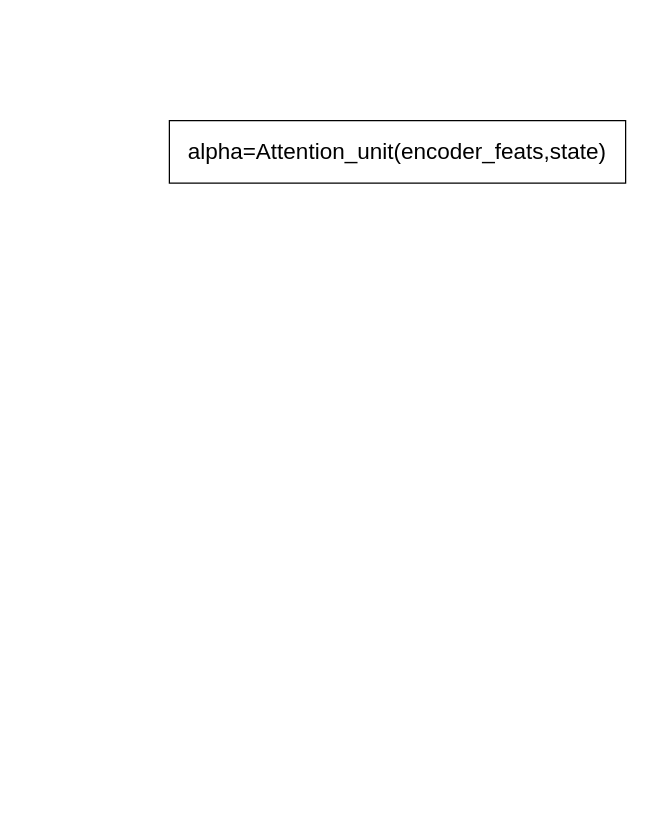
Dong-J93/_pictures keeps this draw.io diagram as thesis_att_net3.drawio. Above is the earlier version. Source tidied: cells renumbered, new cells numbered last; positions are measured from the earlier drawing's top-left corner, leaving out a move shared by most shapes. Both pictures are drawn from the tidied source at 125%, with x=0, y=0 at pixel (169, 120).
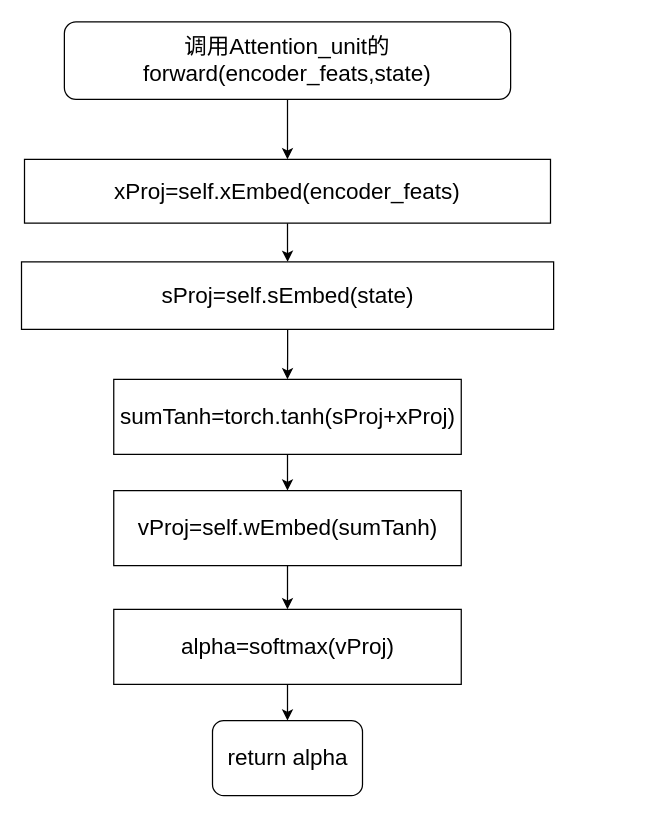
The same diagram, later.

The edit, as a diff of the source:
```diff
@@
 <mxGraphModel>
   <root>
     <mxCell id="0" />
     <mxCell id="1" parent="0" />
-    <mxCell id="2" value="&lt;font style=&quot;font-size: 18px;&quot;&gt;alpha=Attention_unit(encoder_feats,state)&lt;/font&gt;" style="rounded=0;whiteSpace=wrap;html=1;" parent="1" vertex="1">
-      <mxGeometry width="365" height="50" as="geometry" />
-    </mxCell>
+    <mxCell id="3" style="edgeStyle=orthogonalEdgeStyle;rounded=0;jettySize=auto;html=1;" parent="1" edge="1" source="4" target="6">
+      <mxGeometry relative="1" as="geometry" />
+    </mxCell>
+    <mxCell id="4" value="&lt;font style=&quot;font-size: 18px;&quot;&gt;调用Attention_unit的forward(encoder_feats,state)&lt;/font&gt;" style="rounded=1;whiteSpace=wrap;html=1;" parent="1" vertex="1">
+      <mxGeometry x="-84" y="-79" width="357" height="62" as="geometry" />
+    </mxCell>
+    <mxCell id="5" style="edgeStyle=orthogonalEdgeStyle;rounded=0;jettySize=auto;html=1;" parent="1" edge="1" source="6" target="8">
+      <mxGeometry relative="1" as="geometry" />
+    </mxCell>
+    <mxCell id="6" value="&lt;font style=&quot;font-size: 18px;&quot;&gt;xProj=self.xEmbed(encoder_feats)&lt;/font&gt;" style="rounded=0;whiteSpace=wrap;html=1;" parent="1" vertex="1">
+      <mxGeometry x="-115.9" y="31" width="420.8" height="51" as="geometry" />
+    </mxCell>
+    <mxCell id="7" style="edgeStyle=orthogonalEdgeStyle;rounded=0;jettySize=auto;html=1;" parent="1" edge="1" source="8" target="10">
+      <mxGeometry relative="1" as="geometry" />
+    </mxCell>
+    <mxCell id="8" value="&lt;font style=&quot;font-size: 18px;&quot;&gt;sProj=self.sEmbed(state)&lt;/font&gt;" style="rounded=0;whiteSpace=wrap;html=1;" parent="1" vertex="1">
+      <mxGeometry x="-118.3" y="113" width="425.7" height="54" as="geometry" />
+    </mxCell>
+    <mxCell id="9" style="edgeStyle=orthogonalEdgeStyle;rounded=0;jettySize=auto;html=1;" parent="1" edge="1" source="10" target="12">
+      <mxGeometry relative="1" as="geometry" />
+    </mxCell>
+    <mxCell id="10" value="&lt;font style=&quot;font-size: 18px;&quot;&gt;sumTanh=torch.tanh(sProj+xProj)&lt;/font&gt;" style="whiteSpace=wrap;html=1;rounded=0;" parent="1" vertex="1">
+      <mxGeometry x="-44.5" y="207" width="278" height="60" as="geometry" />
+    </mxCell>
+    <mxCell id="11" style="edgeStyle=orthogonalEdgeStyle;rounded=0;jettySize=auto;html=1;" parent="1" edge="1" source="12" target="14">
+      <mxGeometry relative="1" as="geometry" />
+    </mxCell>
+    <mxCell id="12" value="&lt;font style=&quot;font-size: 18px;&quot;&gt;vProj=self.wEmbed(sumTanh)&lt;/font&gt;" style="whiteSpace=wrap;html=1;rounded=0;" parent="1" vertex="1">
+      <mxGeometry x="-44.5" y="296" width="278" height="60" as="geometry" />
+    </mxCell>
+    <mxCell id="13" style="edgeStyle=orthogonalEdgeStyle;rounded=0;jettySize=auto;html=1;" parent="1" edge="1" source="14" target="15">
+      <mxGeometry relative="1" as="geometry" />
+    </mxCell>
+    <mxCell id="14" value="&lt;font style=&quot;font-size: 18px;&quot;&gt;alpha=softmax(vProj)&lt;/font&gt;" style="whiteSpace=wrap;html=1;rounded=0;" parent="1" vertex="1">
+      <mxGeometry x="-44.5" y="391" width="278" height="60" as="geometry" />
+    </mxCell>
+    <mxCell id="15" value="&lt;font style=&quot;font-size: 18px;&quot;&gt;return alpha&lt;/font&gt;" style="rounded=1;whiteSpace=wrap;html=1;" parent="1" vertex="1">
+      <mxGeometry x="34.5" y="480" width="120" height="60" as="geometry" />
+    </mxCell>
   </root>
 </mxGraphModel>
```
